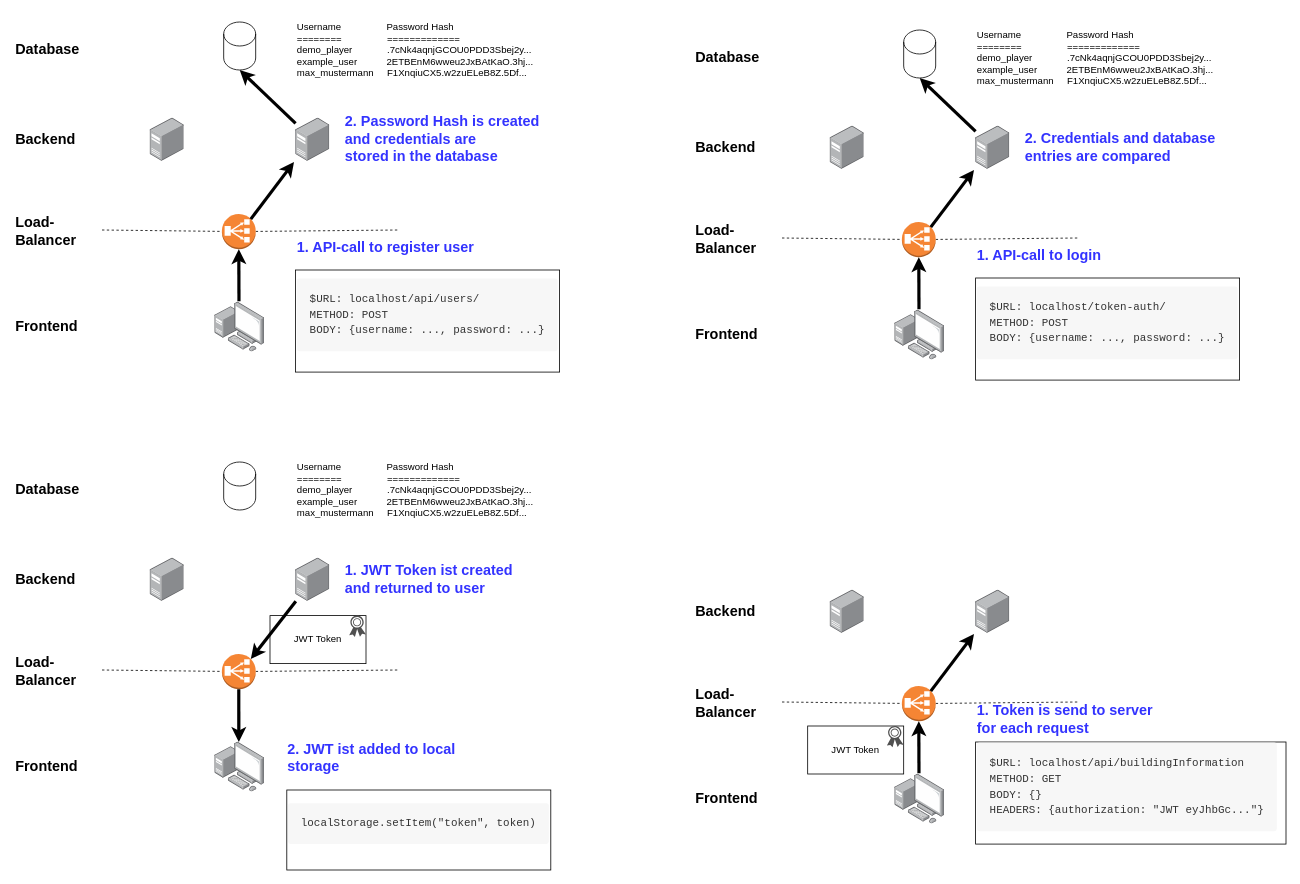
Above: frontend/documentation/Login-Ablauf.drawio in Calculable/Strategy-Game (draw.io), before the change. Source tidied: cells renumbered, new cells numbered last; positions are measured from the earlier drawing's top-left corner, leaving out a move shared by most shapes. Both pictures are drawn from the tidied source at 80%, with x=0, y=0 at pixel (14, 14).
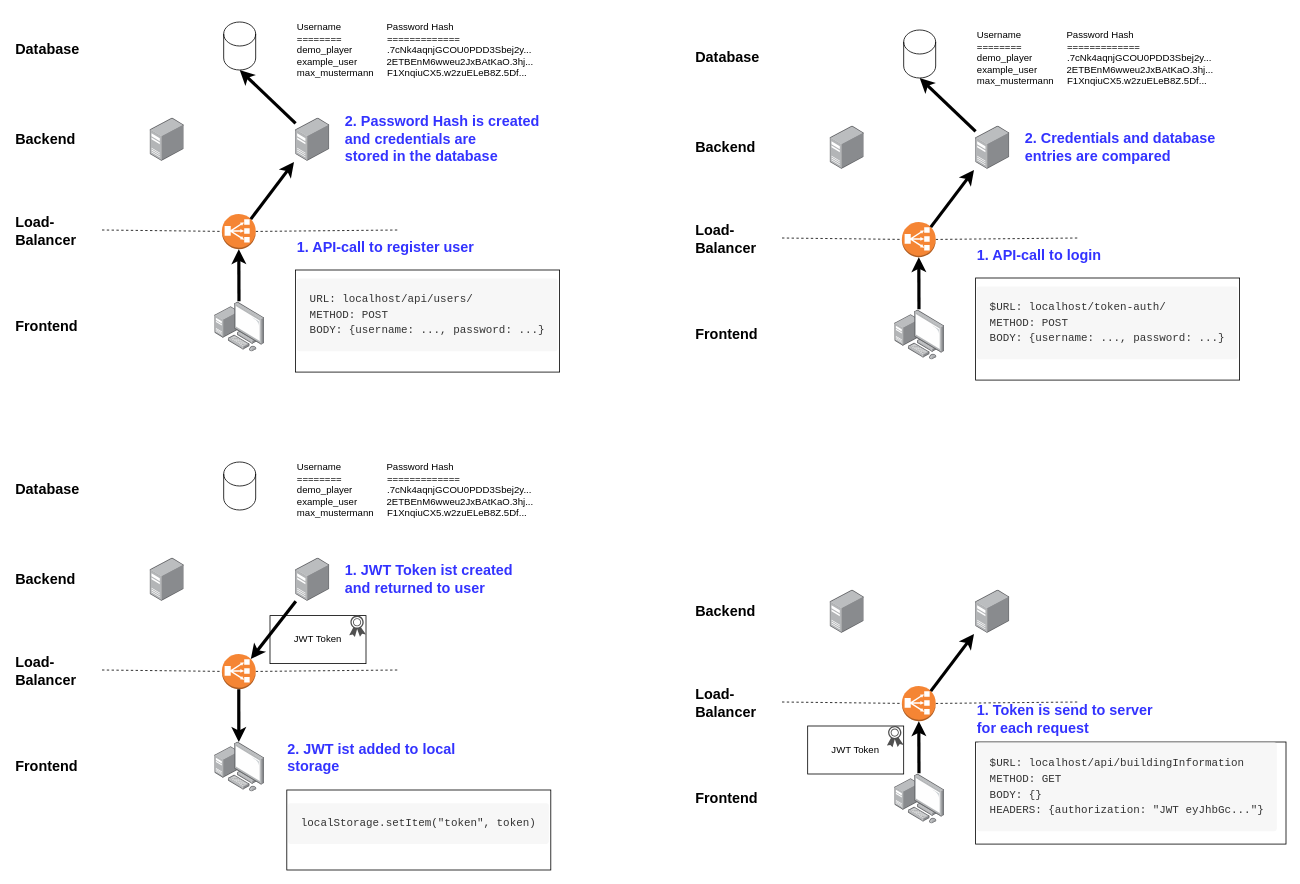
After the change.

Change to the diagram source:
```diff
@@
-    <mxCell id="13" value="&lt;pre style=&quot;overflow: auto ; font-family: &amp;#34;consolas&amp;#34; , &amp;#34;liberation mono&amp;#34; , &amp;#34;menlo&amp;#34; , &amp;#34;courier&amp;#34; , monospace ; font-size: 13.6px ; box-sizing: border-box ; margin-top: 0px ; margin-bottom: 16px ; font-stretch: normal ; line-height: 1.45 ; padding: 16px ; background-color: rgb(247 , 247 , 247) ; border-radius: 3px ; overflow-wrap: normal ; color: rgb(51 , 51 , 51)&quot;&gt;&lt;code style=&quot;font-family: &amp;#34;consolas&amp;#34; , &amp;#34;liberation mono&amp;#34; , &amp;#34;menlo&amp;#34; , &amp;#34;courier&amp;#34; , monospace ; box-sizing: border-box ; padding: 0px ; margin: 0px ; background-color: transparent ; border-radius: 3px ; word-break: normal ; border: 0px ; display: inline ; line-height: inherit ; overflow-wrap: normal&quot;&gt;$URL: localhost/api/users/&lt;br&gt;METHOD: POST&lt;br&gt;BODY: {username: ..., password: ...}&lt;/code&gt;&lt;/pre&gt;" style="rounded=0;whiteSpace=wrap;html=1;align=left;" parent="1" vertex="1">
+    <mxCell id="13" value="&lt;pre style=&quot;overflow: auto ; font-family: &amp;#34;consolas&amp;#34; , &amp;#34;liberation mono&amp;#34; , &amp;#34;menlo&amp;#34; , &amp;#34;courier&amp;#34; , monospace ; font-size: 13.6px ; box-sizing: border-box ; margin-top: 0px ; margin-bottom: 16px ; font-stretch: normal ; line-height: 1.45 ; padding: 16px ; background-color: rgb(247 , 247 , 247) ; border-radius: 3px ; overflow-wrap: normal ; color: rgb(51 , 51 , 51)&quot;&gt;&lt;code style=&quot;font-family: &amp;#34;consolas&amp;#34; , &amp;#34;liberation mono&amp;#34; , &amp;#34;menlo&amp;#34; , &amp;#34;courier&amp;#34; , monospace ; box-sizing: border-box ; padding: 0px ; margin: 0px ; background-color: transparent ; border-radius: 3px ; word-break: normal ; border: 0px ; display: inline ; line-height: inherit ; overflow-wrap: normal&quot;&gt;URL: localhost/api/users/&lt;br&gt;METHOD: POST&lt;br&gt;BODY: {username: ..., password: ...}&lt;/code&gt;&lt;/pre&gt;" style="rounded=0;whiteSpace=wrap;html=1;align=left;" parent="1" vertex="1">
       <mxGeometry x="352" y="320" width="330" height="127.6" as="geometry" />
     </mxCell>
```
